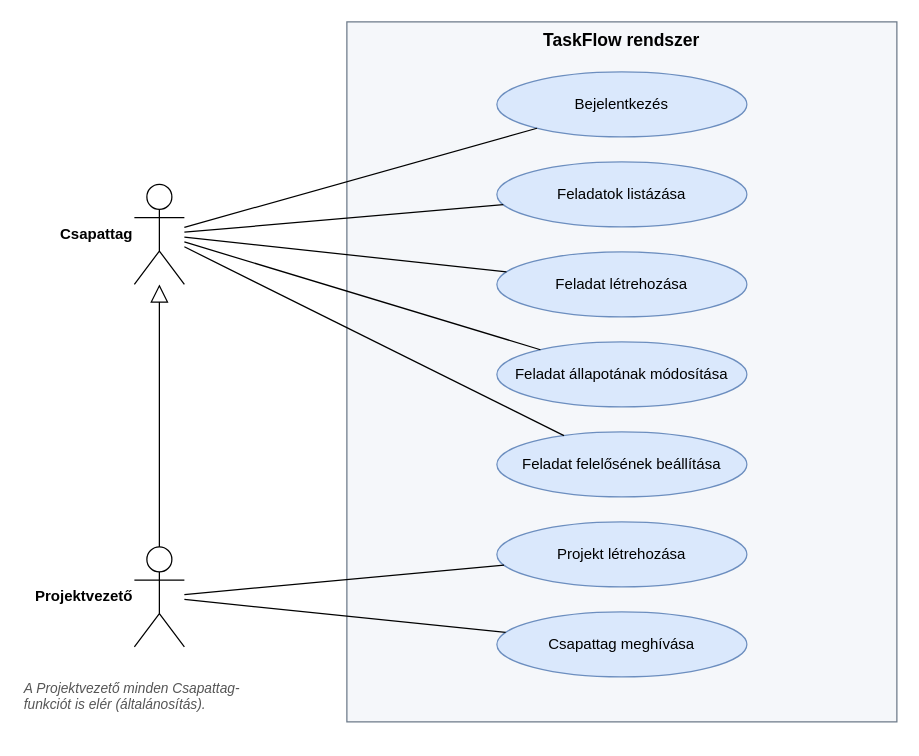
The draw.io diagram docs/architecture/use-case.drawio in Toka-hub/rft_taskflow, before the edit. Source tidied: cells renumbered, new cells numbered last; positions are measured from the earlier drawing's top-left corner, leaving out a move shared by most shapes. Both pictures are drawn from the tidied source at 125%, with x=0, y=0 at pixel (21, 21).
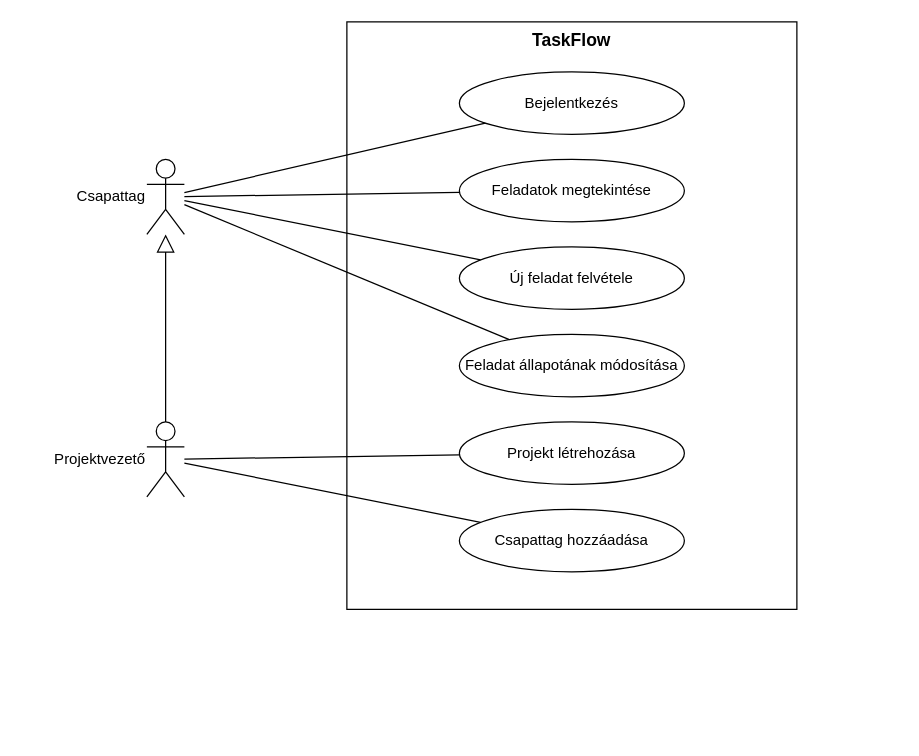
The same page after the edit.

What changed in the source:
```diff
@@
-    <mxCell id="2" value="TaskFlow rendszer" style="rounded=0;whiteSpace=wrap;html=1;verticalAlign=top;fontStyle=1;fontSize=14;fillColor=#f5f7fa;strokeColor=#6c7a89;" parent="1" vertex="1">
-      <mxGeometry x="260" width="440" height="560" as="geometry" />
+    <mxCell id="2" value="TaskFlow" style="rounded=0;whiteSpace=wrap;html=1;verticalAlign=top;fontStyle=1;fontSize=14;" parent="1" vertex="1">
+      <mxGeometry x="260" width="360" height="470" as="geometry" />
     </mxCell>
-    <mxCell id="3" value="Csapattag" style="shape=umlActor;labelPosition=left;verticalLabelPosition=middle;align=right;verticalAlign=middle;html=1;outlineConnect=0;fontStyle=1;" parent="1" vertex="1">
-      <mxGeometry x="90" y="130" width="40" height="80" as="geometry" />
+    <mxCell id="3" value="Csapattag" style="shape=umlActor;labelPosition=left;verticalLabelPosition=middle;align=right;verticalAlign=middle;html=1;outlineConnect=0;" parent="1" vertex="1">
+      <mxGeometry x="100" y="110" width="30" height="60" as="geometry" />
     </mxCell>
-    <mxCell id="4" value="Projektvezető" style="shape=umlActor;labelPosition=left;verticalLabelPosition=middle;align=right;verticalAlign=middle;html=1;outlineConnect=0;fontStyle=1;" parent="1" vertex="1">
-      <mxGeometry x="90" y="420" width="40" height="80" as="geometry" />
+    <mxCell id="4" value="Projektvezető" style="shape=umlActor;labelPosition=left;verticalLabelPosition=middle;align=right;verticalAlign=middle;html=1;outlineConnect=0;" parent="1" vertex="1">
+      <mxGeometry x="100" y="320" width="30" height="60" as="geometry" />
     </mxCell>
-    <mxCell id="5" value="Bejelentkezés" style="ellipse;whiteSpace=wrap;html=1;fillColor=#dae8fc;strokeColor=#6c8ebf;" parent="1" vertex="1">
-      <mxGeometry x="380" y="40" width="200" height="52" as="geometry" />
+    <mxCell id="5" value="Bejelentkezés" style="ellipse;whiteSpace=wrap;html=1;" parent="1" vertex="1">
+      <mxGeometry x="350" y="40" width="180" height="50" as="geometry" />
     </mxCell>
-    <mxCell id="6" value="Feladatok listázása" style="ellipse;whiteSpace=wrap;html=1;fillColor=#dae8fc;strokeColor=#6c8ebf;" parent="1" vertex="1">
-      <mxGeometry x="380" y="112" width="200" height="52" as="geometry" />
+    <mxCell id="6" value="Feladatok megtekintése" style="ellipse;whiteSpace=wrap;html=1;" parent="1" vertex="1">
+      <mxGeometry x="350" y="110" width="180" height="50" as="geometry" />
     </mxCell>
-    <mxCell id="7" value="Feladat létrehozása" style="ellipse;whiteSpace=wrap;html=1;fillColor=#dae8fc;strokeColor=#6c8ebf;" parent="1" vertex="1">
-      <mxGeometry x="380" y="184" width="200" height="52" as="geometry" />
+    <mxCell id="7" value="Új feladat felvétele" style="ellipse;whiteSpace=wrap;html=1;" parent="1" vertex="1">
+      <mxGeometry x="350" y="180" width="180" height="50" as="geometry" />
     </mxCell>
-    <mxCell id="8" value="Feladat állapotának módosítása" style="ellipse;whiteSpace=wrap;html=1;fillColor=#dae8fc;strokeColor=#6c8ebf;" parent="1" vertex="1">
-      <mxGeometry x="380" y="256" width="200" height="52" as="geometry" />
+    <mxCell id="8" value="Feladat állapotának módosítása" style="ellipse;whiteSpace=wrap;html=1;" parent="1" vertex="1">
+      <mxGeometry x="350" y="250" width="180" height="50" as="geometry" />
     </mxCell>
-    <mxCell id="9" value="Feladat felelősének beállítása" style="ellipse;whiteSpace=wrap;html=1;fillColor=#dae8fc;strokeColor=#6c8ebf;" parent="1" vertex="1">
-      <mxGeometry x="380" y="328" width="200" height="52" as="geometry" />
+    <mxCell id="9" value="Projekt létrehozása" style="ellipse;whiteSpace=wrap;html=1;" parent="1" vertex="1">
+      <mxGeometry x="350" y="320" width="180" height="50" as="geometry" />
     </mxCell>
-    <mxCell id="10" value="Projekt létrehozása" style="ellipse;whiteSpace=wrap;html=1;fillColor=#dae8fc;strokeColor=#6c8ebf;" parent="1" vertex="1">
-      <mxGeometry x="380" y="400" width="200" height="52" as="geometry" />
+    <mxCell id="10" value="Csapattag hozzáadása" style="ellipse;whiteSpace=wrap;html=1;" parent="1" vertex="1">
+      <mxGeometry x="350" y="390" width="180" height="50" as="geometry" />
     </mxCell>
-    <mxCell id="11" value="Csapattag meghívása" style="ellipse;whiteSpace=wrap;html=1;fillColor=#dae8fc;strokeColor=#6c8ebf;" parent="1" vertex="1">
-      <mxGeometry x="380" y="472" width="200" height="52" as="geometry" />
+    <mxCell id="11" style="endArrow=none;html=1;" parent="1" edge="1" source="3" target="5">
+      <mxGeometry relative="1" as="geometry" />
     </mxCell>
-    <mxCell id="12" style="endArrow=none;html=1;" parent="1" edge="1" source="3" target="5">
+    <mxCell id="12" style="endArrow=none;html=1;" parent="1" edge="1" source="3" target="6">
       <mxGeometry relative="1" as="geometry" />
     </mxCell>
-    <mxCell id="13" style="endArrow=none;html=1;" parent="1" edge="1" source="3" target="6">
+    <mxCell id="13" style="endArrow=none;html=1;" parent="1" edge="1" source="3" target="7">
       <mxGeometry relative="1" as="geometry" />
     </mxCell>
-    <mxCell id="14" style="endArrow=none;html=1;" parent="1" edge="1" source="3" target="7">
+    <mxCell id="14" style="endArrow=none;html=1;" parent="1" edge="1" source="3" target="8">
       <mxGeometry relative="1" as="geometry" />
     </mxCell>
-    <mxCell id="15" style="endArrow=none;html=1;" parent="1" edge="1" source="3" target="8">
+    <mxCell id="15" style="endArrow=none;html=1;" parent="1" edge="1" source="4" target="9">
       <mxGeometry relative="1" as="geometry" />
     </mxCell>
-    <mxCell id="16" style="endArrow=none;html=1;" parent="1" edge="1" source="3" target="9">
+    <mxCell id="16" style="endArrow=none;html=1;" parent="1" edge="1" source="4" target="10">
       <mxGeometry relative="1" as="geometry" />
     </mxCell>
-    <mxCell id="17" style="endArrow=none;html=1;" parent="1" edge="1" source="4" target="10">
+    <mxCell id="17" style="endArrow=block;endFill=0;endSize=12;html=1;" parent="1" edge="1" source="4" target="3">
       <mxGeometry relative="1" as="geometry" />
     </mxCell>
-    <mxCell id="18" style="endArrow=none;html=1;" parent="1" edge="1" source="4" target="11">
-      <mxGeometry relative="1" as="geometry" />
-    </mxCell>
-    <mxCell id="19" style="endArrow=block;endFill=0;endSize=12;html=1;exitX=0.5;exitY=0;entryX=0.5;entryY=1;" parent="1" edge="1" source="4" target="3">
-      <mxGeometry relative="1" as="geometry" />
-    </mxCell>
-    <mxCell id="20" value="A Projektvezető minden Csapattag-funkciót is elér (általánosítás)." style="text;html=1;whiteSpace=wrap;fontSize=11;fontStyle=2;fontColor=#555555;" parent="1" vertex="1">
-      <mxGeometry y="520" width="210" height="50" as="geometry" />
-    </mxCell>
```
